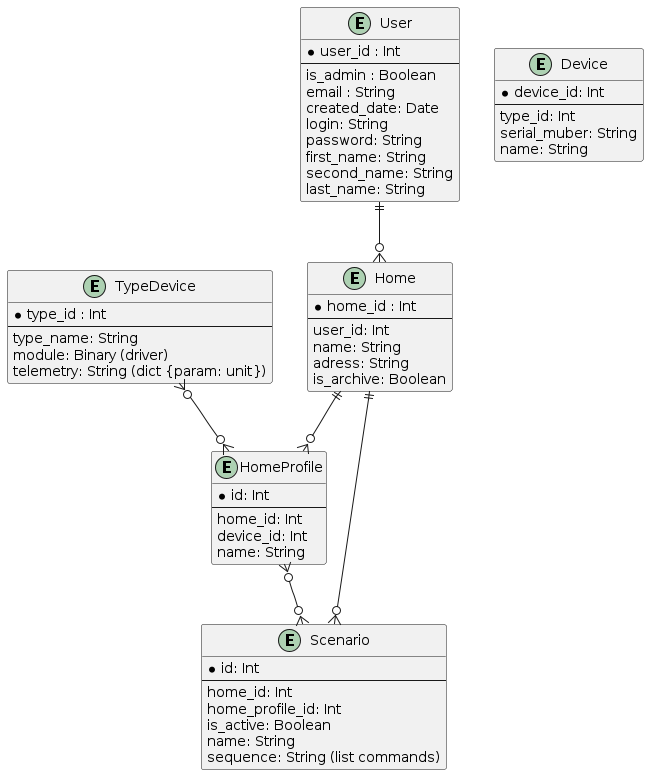
AIofHuman/architecture-sprint-3 keeps this PlantUML diagram as diagrams/ER/warmhouse_ER_diagram.png. Above is the earlier version.
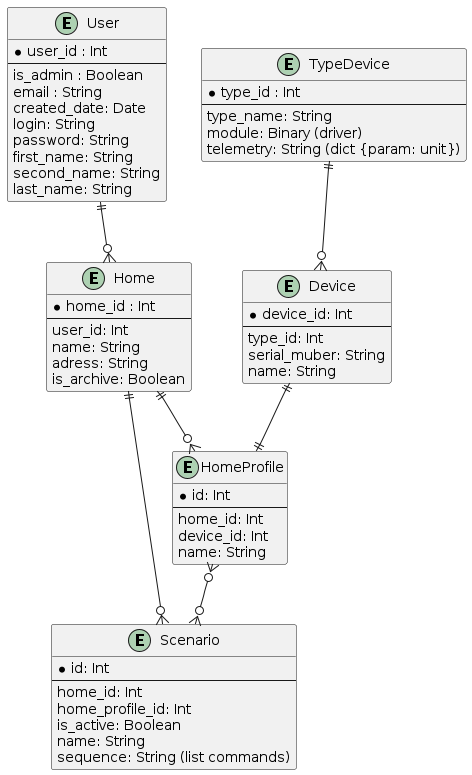
Above is the later version.

Commit message:
Automated diagram generation

Change to the diagram source:
```diff
@@ -57,8 +57,9 @@
 
 User ||--o{ Home
 Home ||--o{ HomeProfile
+Device ||--|| HomeProfile
 Home ||--o{ Scenario
-TypeDevice }o--o{ HomeProfile
+TypeDevice ||--o{ Device
 HomeProfile }o--o{ Scenario
 
 @enduml
```
